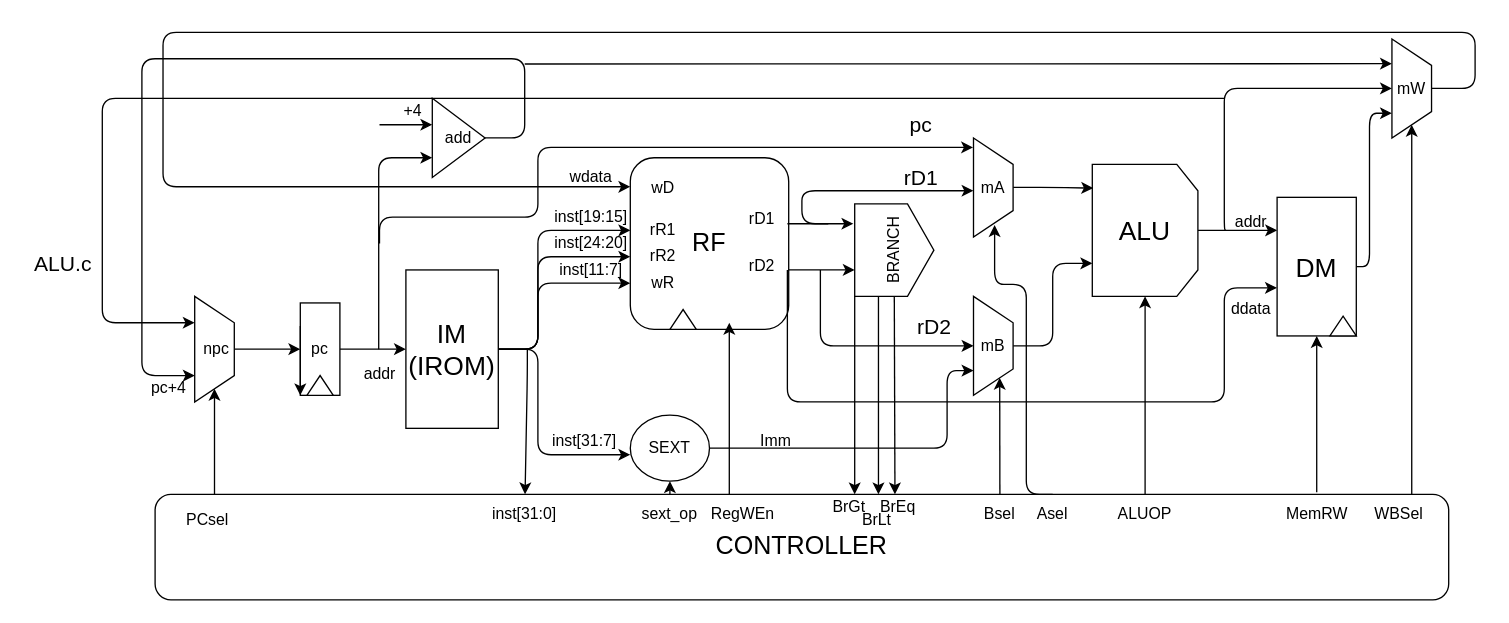
Before: cu/cpu1/ID.drawio in Wu-Fisher/cs_riscv_exp, a draw.io diagram. Source tidied: cells renumbered, new cells numbered last; positions are measured from the earlier drawing's top-left corner, leaving out a move shared by most shapes. Both pictures are drawn from the tidied source at 132%, with x=0, y=0 at pixel (22, 32).
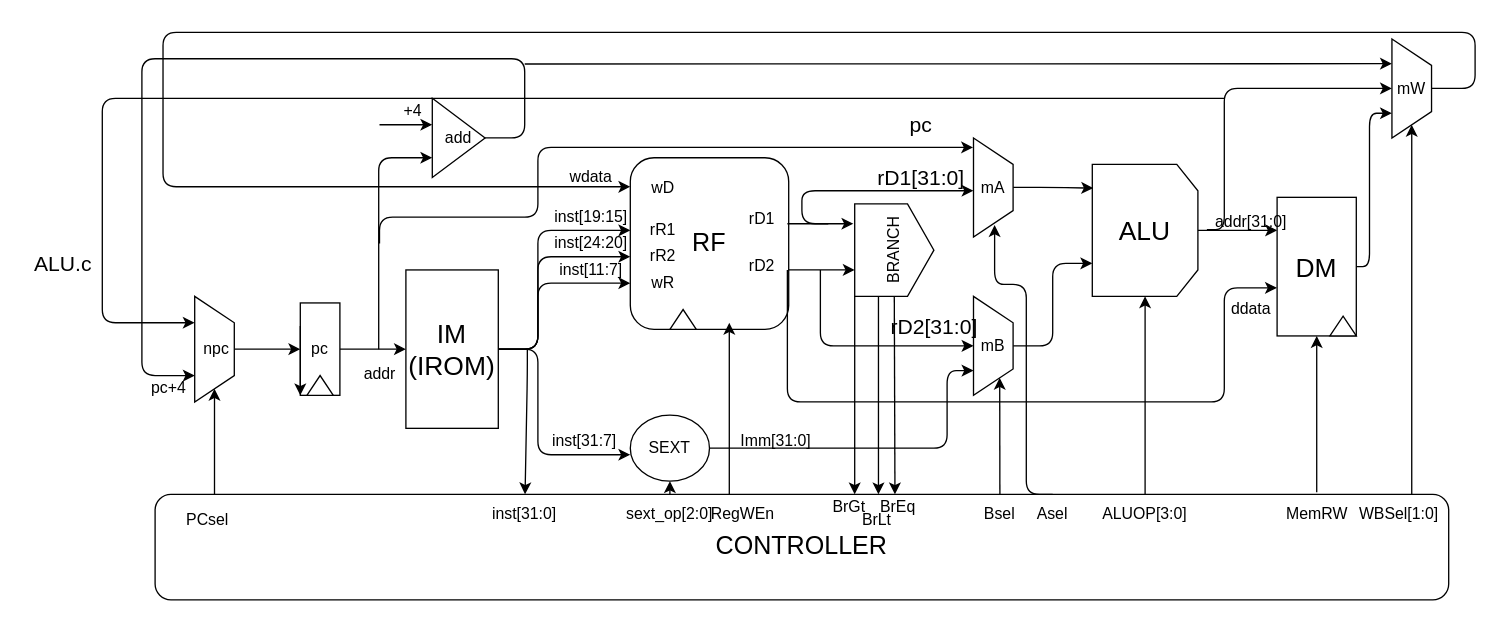
The same diagram, later.

Diff of the diagram source:
```diff
@@
-    <mxCell id="24" value="sext_op" style="text;html=1;strokeColor=none;fillColor=none;align=center;verticalAlign=middle;whiteSpace=wrap;rounded=0;fontSize=12;" parent="1" vertex="1">
+    <mxCell id="24" value="sext_op[2:0]" style="text;html=1;strokeColor=none;fillColor=none;align=center;verticalAlign=middle;whiteSpace=wrap;rounded=0;fontSize=12;" parent="1" vertex="1">
       <mxGeometry x="460" y="350" width="60" height="30" as="geometry" />
     </mxCell>
-    <mxCell id="25" value="Imm" style="text;html=1;align=center;verticalAlign=middle;strokeColor=none;fillColor=none;fontSize=12;" parent="1" vertex="1">
-      <mxGeometry x="550" y="300" width="40" height="20" as="geometry" />
+    <mxCell id="25" value="Imm[31:0]" style="text;html=1;align=center;verticalAlign=middle;strokeColor=none;fillColor=none;fontSize=12;" parent="1" vertex="1">
+      <mxGeometry x="535" y="300" width="70" height="20" as="geometry" />
     </mxCell>
@@
-    <mxCell id="60" value="ALUOP" style="text;html=1;strokeColor=none;fillColor=none;align=center;verticalAlign=middle;whiteSpace=wrap;rounded=0;fontSize=12;" parent="1" vertex="1">
+    <mxCell id="60" value="ALUOP[3:0]" style="text;html=1;strokeColor=none;fillColor=none;align=center;verticalAlign=middle;whiteSpace=wrap;rounded=0;fontSize=12;" parent="1" vertex="1">
       <mxGeometry x="820" y="350" width="60" height="30" as="geometry" />
     </mxCell>
@@
-    <mxCell id="67" value="&lt;font style=&quot;font-size: 12px&quot;&gt;addr&lt;/font&gt;" style="text;html=1;align=center;verticalAlign=middle;points=[];strokeColor=none;fillColor=none;fontSize=20;" parent="1" vertex="1">
-      <mxGeometry x="910" y="125" width="40" height="30" as="geometry" />
+    <mxCell id="67" value="&lt;font style=&quot;font-size: 12px&quot;&gt;addr[31:0]&lt;/font&gt;" style="text;html=1;align=center;verticalAlign=middle;points=[];strokeColor=none;fillColor=none;fontSize=20;" parent="1" vertex="1">
+      <mxGeometry x="895" y="125" width="70" height="30" as="geometry" />
     </mxCell>
@@
-    <mxCell id="72" value="WBSel" style="text;html=1;align=center;verticalAlign=middle;strokeColor=none;fillColor=none;fontSize=12;" parent="1" vertex="1">
-      <mxGeometry x="1017" y="355" width="50" height="20" as="geometry" />
+    <mxCell id="72" value="WBSel[1:0]" style="text;html=1;align=center;verticalAlign=middle;strokeColor=none;fillColor=none;fontSize=12;" parent="1" vertex="1">
+      <mxGeometry x="1002" y="355" width="80" height="20" as="geometry" />
     </mxCell>
@@
-    <mxCell id="79" value="rD1" style="text;html=1;align=center;verticalAlign=middle;strokeColor=none;fillColor=none;fontSize=16;" parent="1" vertex="1">
-      <mxGeometry x="660" y="100" width="40" height="20" as="geometry" />
+    <mxCell id="79" value="rD1[31:0]" style="text;html=1;align=center;verticalAlign=middle;strokeColor=none;fillColor=none;fontSize=16;" parent="1" vertex="1">
+      <mxGeometry x="640" y="100" width="80" height="20" as="geometry" />
     </mxCell>
-    <mxCell id="80" value="rD2" style="text;html=1;align=center;verticalAlign=middle;strokeColor=none;fillColor=none;fontSize=16;" parent="1" vertex="1">
-      <mxGeometry x="670" y="212.5" width="40" height="20" as="geometry" />
+    <mxCell id="80" value="rD2[31:0]" style="text;html=1;align=center;verticalAlign=middle;strokeColor=none;fillColor=none;fontSize=16;" parent="1" vertex="1">
+      <mxGeometry x="650" y="212.5" width="80" height="20" as="geometry" />
     </mxCell>
```
